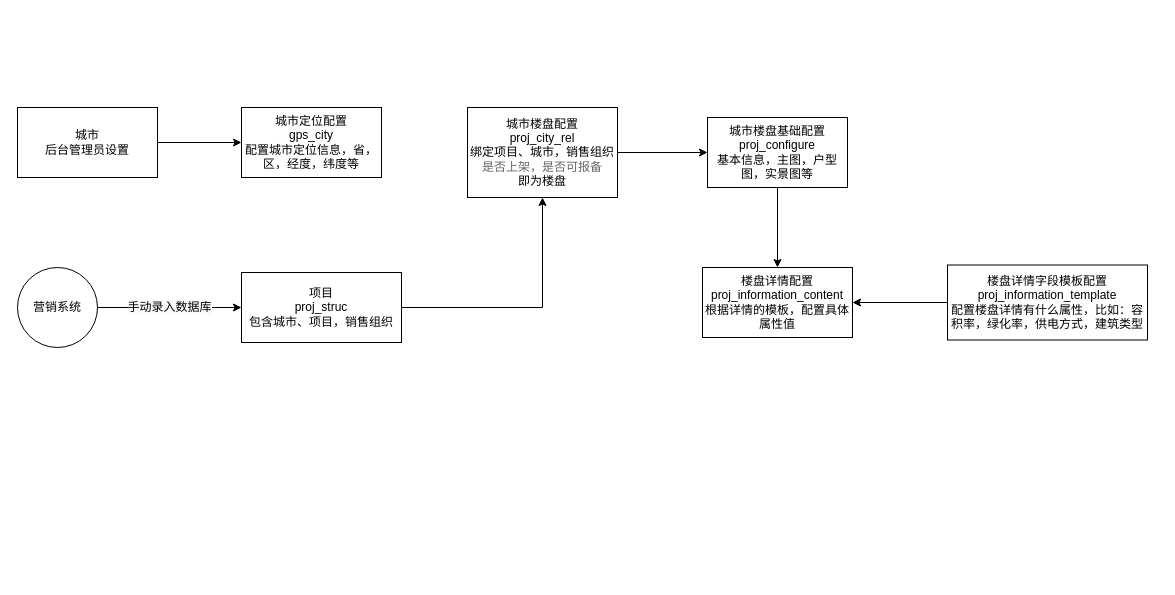
This is 全民营销.drawio from juesuchen/diagrams, a draw.io file, before an edit. Source tidied: cells renumbered, new cells numbered last; positions are measured from the earlier drawing's top-left corner, leaving out a move shared by most shapes. Both pictures are drawn from the tidied source at 100%, with x=0, y=0 at pixel (17, 107).
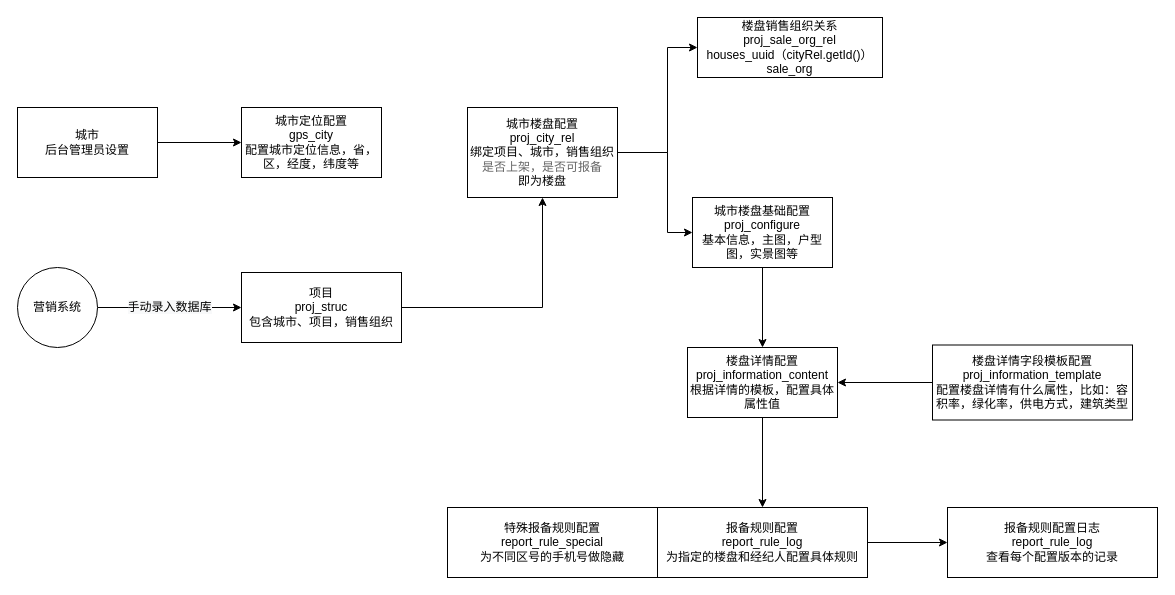
The same page after the edit.

Commit message:
更新全民营销.drawio

The change refers to these unchanged cells:
```xml
<mxCell id="8" value="城市楼盘配置&lt;br&gt;proj_city_rel&lt;br&gt;绑定项目、城市，销售组织&lt;br&gt;&lt;span style=&quot;color: rgb(102 , 102 , 102) ; font-family: &amp;#34;microsoft yahei&amp;#34; ; text-align: left ; background-color: rgb(255 , 255 , 255)&quot;&gt;是否上架，是否可报备&lt;/span&gt;&lt;br style=&quot;color: rgb(102 , 102 , 102) ; font-family: &amp;#34;microsoft yahei&amp;#34; ; text-align: left&quot;&gt;即为楼盘" style="rounded=0;whiteSpace=wrap;html=1;" parent="1" vertex="1">
  <mxGeometry x="450" width="150" height="90" as="geometry" />
</mxCell>
```

The edit, as a diff of the source:
```diff
@@
     <mxCell id="7" style="edgeStyle=orthogonalEdgeStyle;rounded=0;jettySize=auto;html=1;" parent="1" edge="1" source="8" target="12">
-      <mxGeometry relative="1" as="geometry" />
+      <mxGeometry relative="1" as="geometry">
+        <Array as="points">
+          <mxPoint x="650" y="45" />
+          <mxPoint x="650" y="125" />
+        </Array>
+      </mxGeometry>
     </mxCell>
+    <mxCell id="16" style="edgeStyle=orthogonalEdgeStyle;rounded=0;jettySize=auto;html=1;entryX=0;entryY=0.5;entryDx=0;entryDy=0;" parent="1" edge="1" source="8" target="18">
+      <mxGeometry relative="1" as="geometry">
+        <Array as="points">
+          <mxPoint x="650" y="45" />
+          <mxPoint x="650" y="-60" />
+        </Array>
+      </mxGeometry>
+    </mxCell>
@@
     <mxCell id="12" value="城市楼盘基础配置&lt;br&gt;proj_configure&lt;br&gt;基本信息，主图，户型图，实景图等" style="rounded=0;whiteSpace=wrap;html=1;" parent="1" vertex="1">
-      <mxGeometry x="690" y="10" width="140" height="70" as="geometry" />
+      <mxGeometry x="675" y="90" width="140" height="70" as="geometry" />
     </mxCell>
+    <mxCell id="17" style="edgeStyle=orthogonalEdgeStyle;rounded=0;jettySize=auto;html=1;" parent="1" edge="1" source="13" target="20">
+      <mxGeometry relative="1" as="geometry" />
+    </mxCell>
     <mxCell id="13" value="楼盘详情配置&lt;br&gt;proj_information_content&lt;br&gt;根据详情的模板，配置具体属性值" style="rounded=0;whiteSpace=wrap;html=1;" parent="1" vertex="1">
-      <mxGeometry x="685" y="160" width="150" height="70" as="geometry" />
+      <mxGeometry x="670" y="240" width="150" height="70" as="geometry" />
     </mxCell>
@@
     <mxCell id="15" value="楼盘详情字段模板配置&lt;br&gt;proj_information_template&lt;br&gt;配置楼盘详情有什么属性，比如：容积率，绿化率，供电方式，建筑类型" style="whiteSpace=wrap;html=1;rounded=0;" parent="1" vertex="1">
-      <mxGeometry x="930" y="157.5" width="200" height="75" as="geometry" />
+      <mxGeometry x="915" y="237.5" width="200" height="75" as="geometry" />
     </mxCell>
+    <mxCell id="18" value="楼盘销售组织关系&lt;br&gt;proj_sale_org_rel&lt;br&gt;houses_uuid（cityRel.getId()）&lt;br&gt;sale_org" style="rounded=0;whiteSpace=wrap;html=1;" parent="1" vertex="1">
+      <mxGeometry x="680" y="-90" width="185" height="60" as="geometry" />
+    </mxCell>
+    <mxCell id="19" style="edgeStyle=orthogonalEdgeStyle;rounded=0;jettySize=auto;html=1;" parent="1" edge="1" source="20" target="21">
+      <mxGeometry relative="1" as="geometry" />
+    </mxCell>
+    <mxCell id="20" value="报备规则配置&lt;br&gt;report_rule_log&lt;br&gt;为指定的楼盘和经纪人配置具体规则" style="rounded=0;whiteSpace=wrap;html=1;" parent="1" vertex="1">
+      <mxGeometry x="640" y="400" width="210" height="70" as="geometry" />
+    </mxCell>
+    <mxCell id="21" value="报备规则配置日志&lt;br&gt;report_rule_log&lt;br&gt;查看每个配置版本的记录" style="rounded=0;whiteSpace=wrap;html=1;" parent="1" vertex="1">
+      <mxGeometry x="930" y="400" width="210" height="70" as="geometry" />
+    </mxCell>
+    <mxCell id="22" value="特殊报备规则配置&lt;br&gt;report_rule_special&lt;br&gt;为不同区号的手机号做隐藏" style="rounded=0;whiteSpace=wrap;html=1;" parent="1" vertex="1">
+      <mxGeometry x="430" y="400" width="210" height="70" as="geometry" />
+    </mxCell>
```
